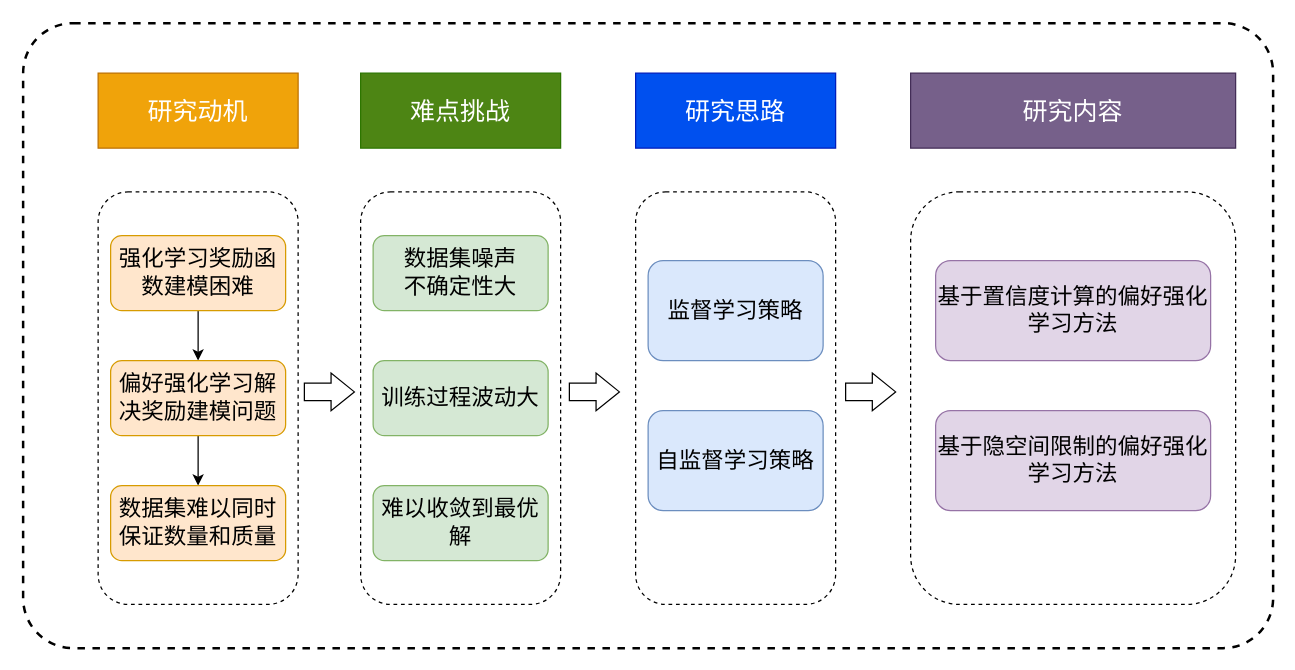
Earlier version of the draw.io diagram 研究过程关系图.drawio (gyh-ustc/Graduation-Dissertation). Source tidied: cells renumbered, new cells numbered last; positions are measured from the earlier drawing's top-left corner, leaving out a move shared by most shapes. Both pictures are drawn from the tidied source at 125%, with x=0, y=0 at pixel (22, 22).
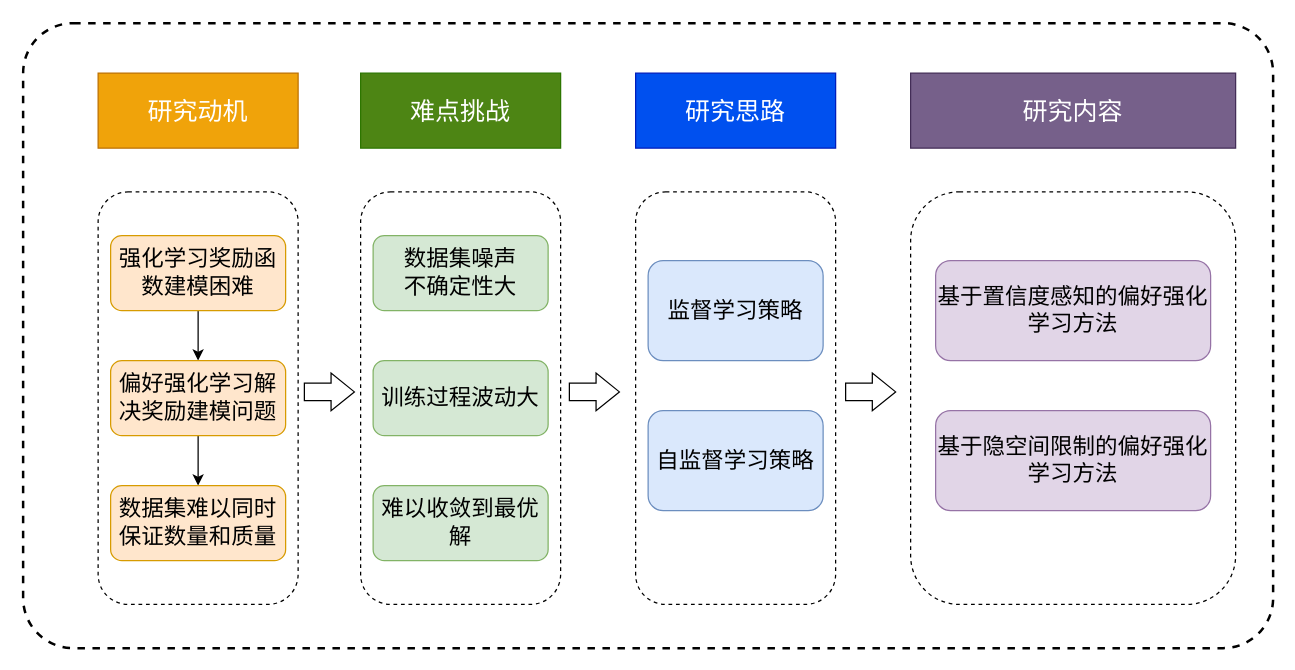
Above is the later version.

Commit message:
更新研究过程关系图.drawio

Change to the diagram source:
```diff
@@
-    <mxCell id="20" value="&lt;font style=&quot;font-size: 18px;&quot;&gt;基于置信度计算的偏好强化学习方法&lt;/font&gt;" style="rounded=1;whiteSpace=wrap;html=1;fillColor=#e1d5e7;strokeColor=#9673a6;" parent="1" vertex="1">
+    <mxCell id="20" value="&lt;font style=&quot;font-size: 18px;&quot;&gt;基于置信度感知的偏好强化学习方法&lt;/font&gt;" style="rounded=1;whiteSpace=wrap;html=1;fillColor=#e1d5e7;strokeColor=#9673a6;" parent="1" vertex="1">
       <mxGeometry x="730" y="190" width="220" height="80" as="geometry" />
     </mxCell>
```
